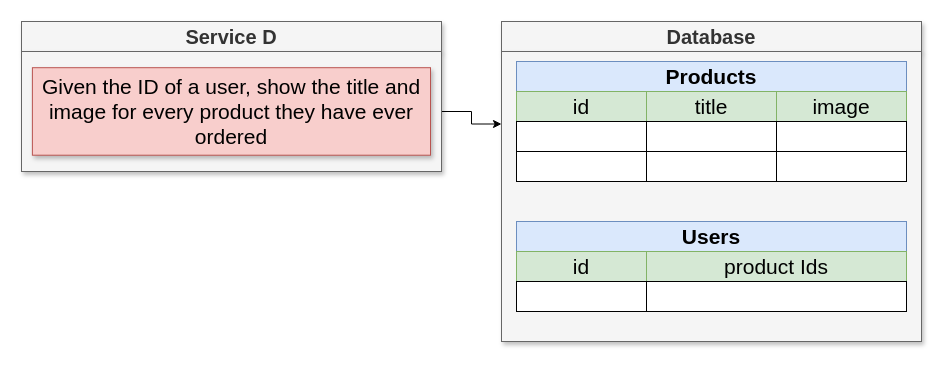
Above: page "11 - db" (12 of 16) of diagrams/01/03.drawio in HappySuzuki/microservices-cast (draw.io), before the change. Source tidied: cells renumbered, new cells numbered last; positions are measured from the earlier drawing's top-left corner, leaving out a move shared by most shapes. Both pictures are drawn from the tidied source at 100%, with x=0, y=0 at pixel (21, 21).
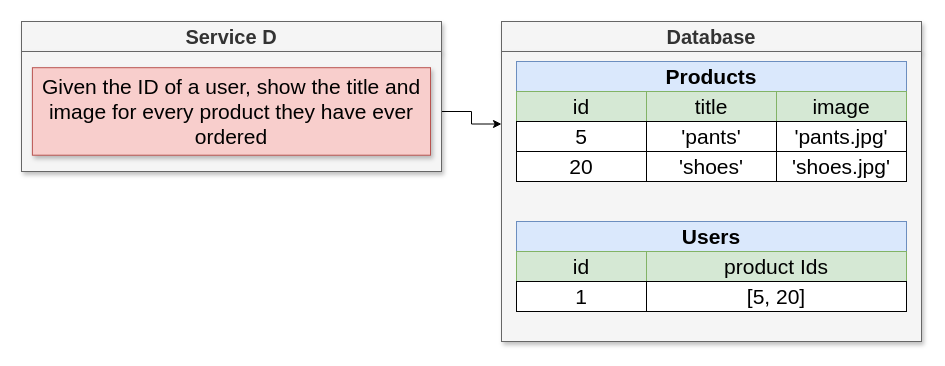
Above is the later version.

What changed in the source:
```diff
@@
-    <mxCell id="12" style="rounded=0;whiteSpace=wrap;html=1;shadow=0;fontSize=21;" parent="1" vertex="1">
+    <mxCell id="12" value="5" style="rounded=0;whiteSpace=wrap;html=1;shadow=0;fontSize=21;" parent="1" vertex="1">
       <mxGeometry x="495" y="100" width="130" height="30" as="geometry" />
     </mxCell>
-    <mxCell id="13" style="rounded=0;whiteSpace=wrap;html=1;shadow=0;fontSize=21;" parent="1" vertex="1">
+    <mxCell id="13" value="'pants'" style="rounded=0;whiteSpace=wrap;html=1;shadow=0;fontSize=21;" parent="1" vertex="1">
       <mxGeometry x="625" y="100" width="130" height="30" as="geometry" />
     </mxCell>
-    <mxCell id="14" style="rounded=0;whiteSpace=wrap;html=1;shadow=0;fontSize=21;" parent="1" vertex="1">
+    <mxCell id="14" value="'pants.jpg'" style="rounded=0;whiteSpace=wrap;html=1;shadow=0;fontSize=21;" parent="1" vertex="1">
       <mxGeometry x="755" y="100" width="130" height="30" as="geometry" />
     </mxCell>
@@
-    <mxCell id="18" style="rounded=0;whiteSpace=wrap;html=1;shadow=0;fontSize=21;" parent="1" vertex="1">
+    <mxCell id="18" value="1" style="rounded=0;whiteSpace=wrap;html=1;shadow=0;fontSize=21;" parent="1" vertex="1">
       <mxGeometry x="495" y="260" width="130" height="30" as="geometry" />
     </mxCell>
-    <mxCell id="19" style="rounded=0;whiteSpace=wrap;html=1;shadow=0;fontSize=21;" parent="1" vertex="1">
+    <mxCell id="19" value="[5, 20]" style="rounded=0;whiteSpace=wrap;html=1;shadow=0;fontSize=21;" parent="1" vertex="1">
       <mxGeometry x="625" y="260" width="260" height="30" as="geometry" />
     </mxCell>
-    <mxCell id="20" style="rounded=0;whiteSpace=wrap;html=1;shadow=0;fontSize=21;" parent="1" vertex="1">
+    <mxCell id="20" value="20" style="rounded=0;whiteSpace=wrap;html=1;shadow=0;fontSize=21;" parent="1" vertex="1">
       <mxGeometry x="495" y="130" width="130" height="30" as="geometry" />
     </mxCell>
-    <mxCell id="21" style="rounded=0;whiteSpace=wrap;html=1;shadow=0;fontSize=21;" parent="1" vertex="1">
+    <mxCell id="21" value="'shoes'" style="rounded=0;whiteSpace=wrap;html=1;shadow=0;fontSize=21;" parent="1" vertex="1">
       <mxGeometry x="625" y="130" width="130" height="30" as="geometry" />
     </mxCell>
-    <mxCell id="22" style="rounded=0;whiteSpace=wrap;html=1;shadow=0;fontSize=21;" parent="1" vertex="1">
+    <mxCell id="22" value="'shoes.jpg'" style="rounded=0;whiteSpace=wrap;html=1;shadow=0;fontSize=21;" parent="1" vertex="1">
       <mxGeometry x="755" y="130" width="130" height="30" as="geometry" />
     </mxCell>
```
